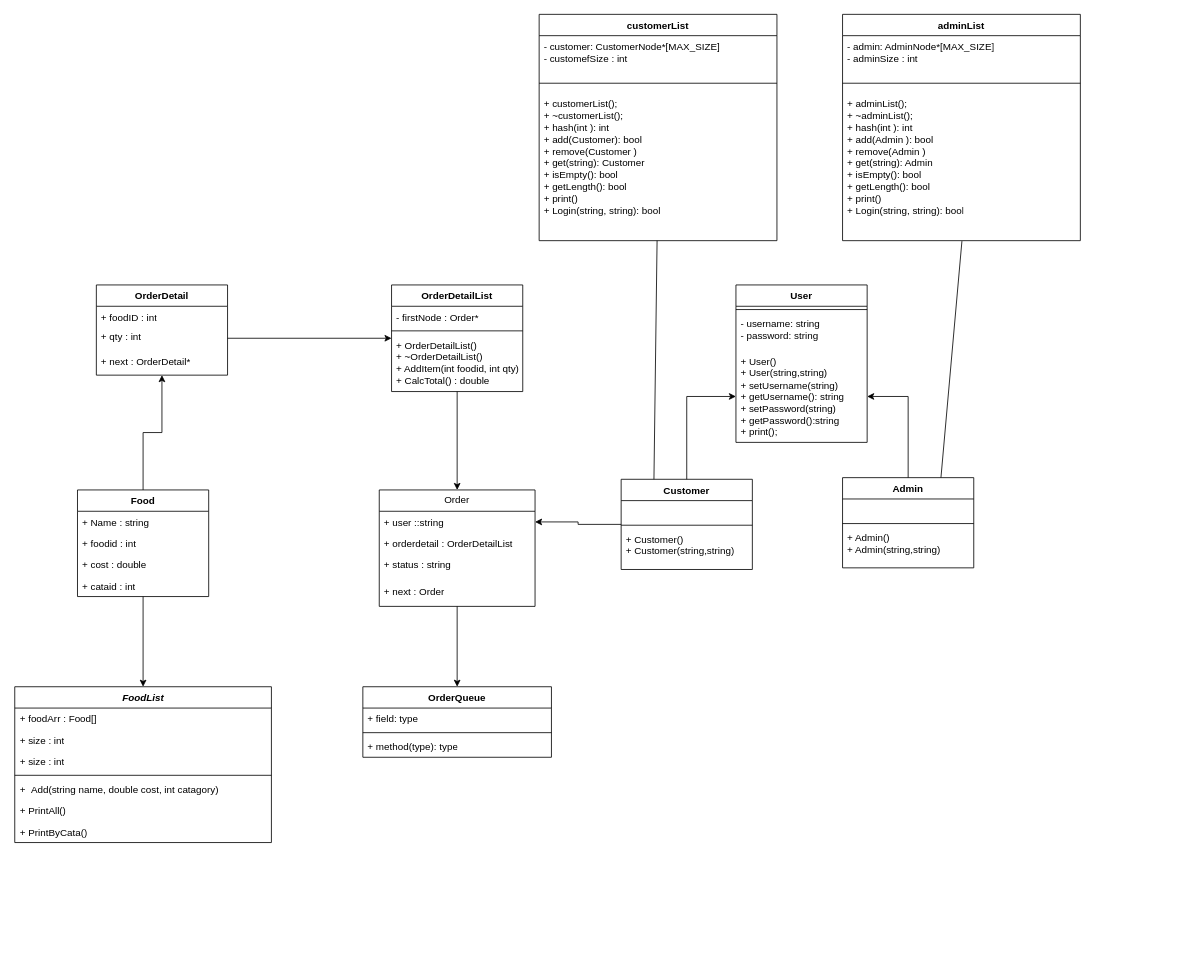
Above: Assginment.drawio in a1dss/DSA_Assignment (draw.io), before the change. Source tidied: cells renumbered, new cells numbered last; positions are measured from the earlier drawing's top-left corner, leaving out a move shared by most shapes. Both pictures are drawn from the tidied source at 82%, with x=0, y=0 at pixel (14, 14).
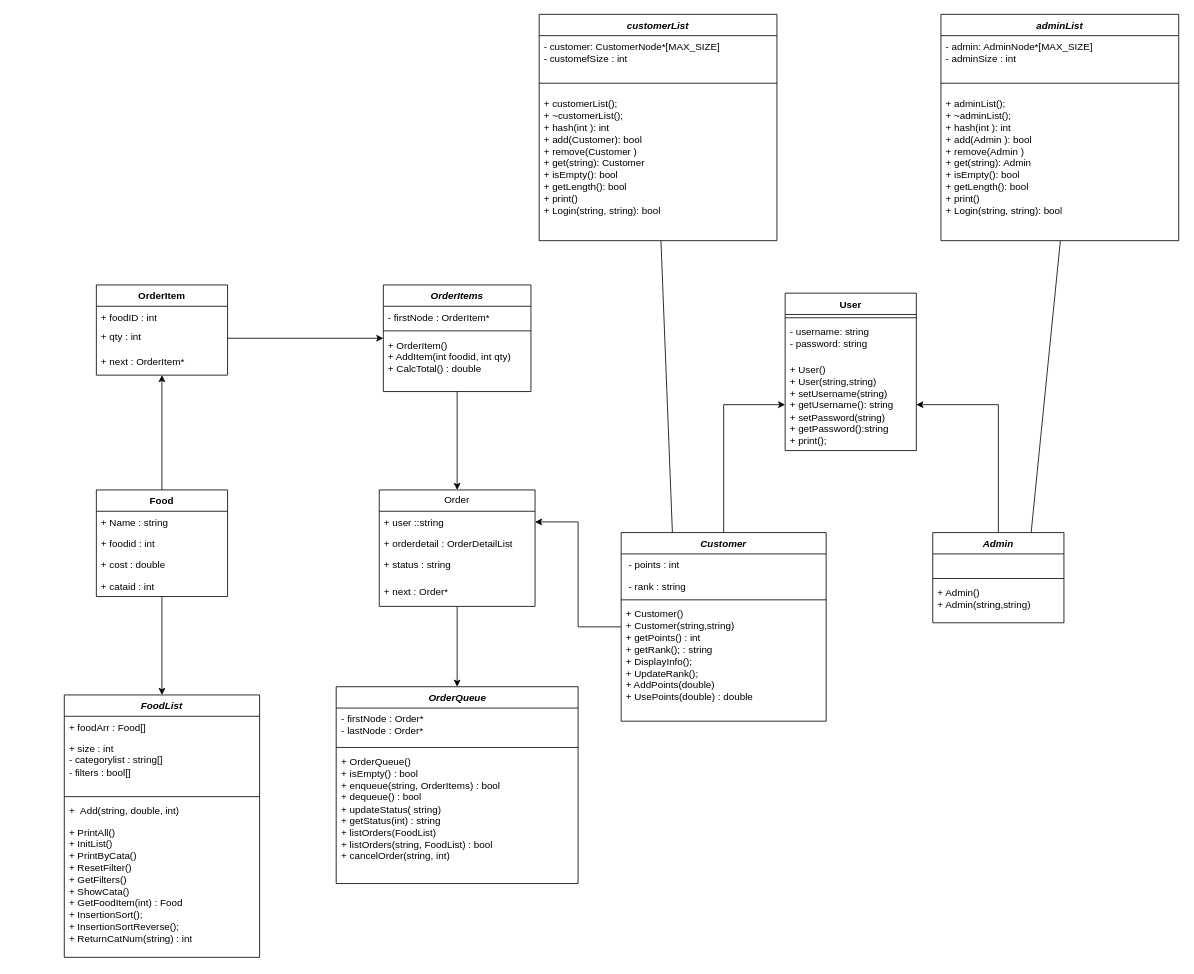
The same diagram, later.

The change refers to these unchanged cells:
```xml
<mxCell id="57" value="Order" style="swimlane;fontStyle=0;horizontal=1;startSize=26;fillColor=none;whiteSpace=wrap;html=1;" parent="1" vertex="1">
  <mxGeometry x="445" y="580" width="190" height="142" as="geometry" />
</mxCell>
```

Change to the diagram source:
```diff
@@
     <mxCell id="2" value="User" style="swimlane;fontStyle=1;align=center;verticalAlign=top;horizontal=1;startSize=26;whiteSpace=wrap;html=1;" parent="1" vertex="1">
-      <mxGeometry x="880" y="330" width="160" height="192" as="geometry" />
+      <mxGeometry x="940" y="340" width="160" height="192" as="geometry" />
     </mxCell>
@@
-    <mxCell id="7" value="Customer" style="swimlane;fontStyle=1;align=center;verticalAlign=top;horizontal=1;startSize=26;whiteSpace=wrap;html=1;" parent="1" vertex="1">
-      <mxGeometry x="740" y="567" width="160" height="110" as="geometry" />
+    <mxCell id="7" value="&lt;i&gt;Customer&lt;/i&gt;" style="swimlane;fontStyle=1;align=center;verticalAlign=top;horizontal=1;startSize=26;whiteSpace=wrap;html=1;" parent="1" vertex="1">
+      <mxGeometry x="740" y="632" width="250" height="230" as="geometry" />
     </mxCell>
-    <mxCell id="8" value="&lt;br&gt;" style="text;strokeColor=none;fillColor=none;align=left;verticalAlign=top;spacingLeft=4;spacingRight=4;overflow=hidden;whiteSpace=wrap;html=1;" parent="7" vertex="1">
-      <mxGeometry y="26" width="160" height="26" as="geometry" />
+    <mxCell id="8" value="&amp;nbsp;- points : int&lt;br&gt;" style="text;strokeColor=none;fillColor=none;align=left;verticalAlign=top;spacingLeft=4;spacingRight=4;overflow=hidden;whiteSpace=wrap;html=1;" parent="7" vertex="1">
+      <mxGeometry y="26" width="250" height="26" as="geometry" />
     </mxCell>
+    <mxCell id="62" value="&amp;nbsp;- rank : string" style="text;strokeColor=none;fillColor=none;align=left;verticalAlign=top;spacingLeft=4;spacingRight=4;overflow=hidden;whiteSpace=wrap;html=1;" parent="7" vertex="1">
+      <mxGeometry y="52" width="250" height="26" as="geometry" />
+    </mxCell>
     <mxCell id="9" style="line;strokeWidth=1;fillColor=none;align=left;verticalAlign=middle;spacingTop=-1;spacingLeft=3;spacingRight=3;labelPosition=right;strokeColor=inherit;" parent="7" vertex="1">
-      <mxGeometry y="52" width="160" height="8" as="geometry" />
+      <mxGeometry y="78" width="250" height="8" as="geometry" />
     </mxCell>
-    <mxCell id="10" value="+ Customer()&lt;br style=&quot;border-color: var(--border-color);&quot;&gt;+ Customer(string,string)" style="text;strokeColor=none;fillColor=none;align=left;verticalAlign=top;spacingLeft=4;spacingRight=4;overflow=hidden;whiteSpace=wrap;html=1;" parent="7" vertex="1">
-      <mxGeometry y="60" width="160" height="50" as="geometry" />
+    <mxCell id="10" value="+ Customer()&lt;br style=&quot;border-color: var(--border-color);&quot;&gt;+ Customer(string,string)&lt;br&gt;&lt;div&gt;+ getPoints() : int&lt;br&gt;&lt;span style=&quot;background-color: initial;&quot;&gt;&lt;span style=&quot;white-space: pre;&quot;&gt;+&amp;nbsp;&lt;/span&gt;&lt;/span&gt;&lt;span style=&quot;background-color: initial;&quot;&gt;getRank(); : string&lt;/span&gt;&lt;/div&gt;&lt;div&gt;&lt;span style=&quot;&quot;&gt;&lt;span style=&quot;&quot;&gt;&lt;span style=&quot;white-space: pre;&quot;&gt;+ &lt;/span&gt;&lt;/span&gt;DisplayInfo();&lt;/span&gt;&lt;/div&gt;&lt;div&gt;&lt;span style=&quot;&quot;&gt;&lt;span style=&quot;&quot;&gt;&lt;span style=&quot;white-space: pre;&quot;&gt;+ &lt;/span&gt;&lt;/span&gt;UpdateRank();&lt;/span&gt;&lt;/div&gt;&lt;div&gt;&lt;span style=&quot;&quot;&gt;&lt;span style=&quot;&quot;&gt;&lt;span style=&quot;white-space: pre;&quot;&gt;+ &lt;/span&gt;&lt;/span&gt;AddPoints(double)&lt;/span&gt;&lt;/div&gt;&lt;div&gt;&lt;span style=&quot;&quot;&gt;+ UsePoints(double) : double&lt;/span&gt;&lt;/div&gt;" style="text;strokeColor=none;fillColor=none;align=left;verticalAlign=top;spacingLeft=4;spacingRight=4;overflow=hidden;whiteSpace=wrap;html=1;" parent="7" vertex="1">
+      <mxGeometry y="86" width="250" height="144" as="geometry" />
     </mxCell>
-    <mxCell id="11" value="Admin" style="swimlane;fontStyle=1;align=center;verticalAlign=top;horizontal=1;startSize=26;whiteSpace=wrap;html=1;" parent="1" vertex="1">
-      <mxGeometry x="1010" y="565" width="160" height="110" as="geometry" />
+    <mxCell id="11" value="&lt;i&gt;Admin&lt;/i&gt;" style="swimlane;fontStyle=1;align=center;verticalAlign=top;horizontal=1;startSize=26;whiteSpace=wrap;html=1;" parent="1" vertex="1">
+      <mxGeometry x="1120" y="632" width="160" height="110" as="geometry" />
     </mxCell>
@@
-    <mxCell id="15" value="adminList" style="swimlane;fontStyle=1;align=center;verticalAlign=top;horizontal=1;startSize=26;whiteSpace=wrap;html=1;" parent="1" vertex="1">
-      <mxGeometry x="1010" width="290" height="276" as="geometry" />
+    <mxCell id="15" value="&lt;i&gt;adminList&lt;/i&gt;" style="swimlane;fontStyle=1;align=center;verticalAlign=top;horizontal=1;startSize=26;whiteSpace=wrap;html=1;" parent="1" vertex="1">
+      <mxGeometry x="1130" width="290" height="276" as="geometry" />
     </mxCell>
@@
-    <mxCell id="19" value="customerList" style="swimlane;fontStyle=1;align=center;verticalAlign=top;horizontal=1;startSize=26;whiteSpace=wrap;html=1;" parent="1" vertex="1">
+    <mxCell id="19" value="&lt;i&gt;customerList&lt;/i&gt;" style="swimlane;fontStyle=1;align=center;verticalAlign=top;horizontal=1;startSize=26;whiteSpace=wrap;html=1;" parent="1" vertex="1">
       <mxGeometry x="640" width="290" height="276" as="geometry" />
     </mxCell>
@@
-    <mxCell id="26" value="OrderDetailList" style="swimlane;fontStyle=1;align=center;verticalAlign=top;horizontal=1;startSize=26;whiteSpace=wrap;html=1;" parent="1" vertex="1">
-      <mxGeometry x="460" y="330" width="160" height="130" as="geometry" />
+    <mxCell id="26" value="&lt;i&gt;OrderItems&lt;/i&gt;" style="swimlane;fontStyle=1;align=center;verticalAlign=top;horizontal=1;startSize=26;whiteSpace=wrap;html=1;" parent="1" vertex="1">
+      <mxGeometry x="450" y="330" width="180" height="130" as="geometry" />
     </mxCell>
-    <mxCell id="27" value="- firstNode : Order*" style="text;strokeColor=none;fillColor=none;align=left;verticalAlign=top;spacingLeft=4;spacingRight=4;overflow=hidden;whiteSpace=wrap;html=1;" parent="26" vertex="1">
-      <mxGeometry y="26" width="160" height="26" as="geometry" />
+    <mxCell id="27" value="- firstNode : OrderItem*" style="text;strokeColor=none;fillColor=none;align=left;verticalAlign=top;spacingLeft=4;spacingRight=4;overflow=hidden;whiteSpace=wrap;html=1;" parent="26" vertex="1">
+      <mxGeometry y="26" width="180" height="26" as="geometry" />
     </mxCell>
     <mxCell id="28" style="line;strokeWidth=1;fillColor=none;align=left;verticalAlign=middle;spacingTop=-1;spacingLeft=3;spacingRight=3;labelPosition=right;strokeColor=inherit;" parent="26" vertex="1">
-      <mxGeometry y="52" width="160" height="8" as="geometry" />
+      <mxGeometry y="52" width="180" height="8" as="geometry" />
     </mxCell>
-    <mxCell id="29" value="+ OrderDetailList()&lt;br style=&quot;border-color: var(--border-color);&quot;&gt;+ ~OrderDetailList()&lt;br&gt;+ AddItem(int foodid, int qty)&lt;br&gt;+ CalcTotal() : double" style="text;strokeColor=none;fillColor=none;align=left;verticalAlign=top;spacingLeft=4;spacingRight=4;overflow=hidden;whiteSpace=wrap;html=1;" parent="26" vertex="1">
-      <mxGeometry y="60" width="160" height="70" as="geometry" />
+    <mxCell id="29" value="+ OrderItem()&lt;br&gt;+ AddItem(int foodid, int qty)&lt;br&gt;+ CalcTotal() : double" style="text;strokeColor=none;fillColor=none;align=left;verticalAlign=top;spacingLeft=4;spacingRight=4;overflow=hidden;whiteSpace=wrap;html=1;" parent="26" vertex="1">
+      <mxGeometry y="60" width="180" height="70" as="geometry" />
     </mxCell>
     <mxCell id="30" value="&lt;i&gt;FoodList&lt;/i&gt;" style="swimlane;fontStyle=1;align=center;verticalAlign=top;horizontal=1;startSize=26;whiteSpace=wrap;html=1;" parent="1" vertex="1">
-      <mxGeometry x="0.5" y="820" width="313" height="190" as="geometry" />
+      <mxGeometry x="60.9" y="830" width="238.2" height="320" as="geometry" />
     </mxCell>
     <mxCell id="31" value="+ foodArr : Food[]&lt;br&gt;" style="text;strokeColor=none;fillColor=none;align=left;verticalAlign=top;spacingLeft=4;spacingRight=4;overflow=hidden;whiteSpace=wrap;html=1;" parent="30" vertex="1">
-      <mxGeometry y="26" width="313" height="26" as="geometry" />
+      <mxGeometry y="26" width="238.2" height="26" as="geometry" />
     </mxCell>
-    <mxCell id="32" value="+ size : int" style="text;strokeColor=none;fillColor=none;align=left;verticalAlign=top;spacingLeft=4;spacingRight=4;overflow=hidden;whiteSpace=wrap;html=1;" parent="30" vertex="1">
-      <mxGeometry y="52" width="313" height="26" as="geometry" />
+    <mxCell id="32" value="+ size : int&lt;br&gt;- categorylist : string[]&lt;br&gt;- filters : bool[]" style="text;strokeColor=none;fillColor=none;align=left;verticalAlign=top;spacingLeft=4;spacingRight=4;overflow=hidden;whiteSpace=wrap;html=1;" parent="30" vertex="1">
+      <mxGeometry y="52" width="238.2" height="68" as="geometry" />
     </mxCell>
-    <mxCell id="33" value="+ size : int" style="text;strokeColor=none;fillColor=none;align=left;verticalAlign=top;spacingLeft=4;spacingRight=4;overflow=hidden;whiteSpace=wrap;html=1;" parent="30" vertex="1">
-      <mxGeometry y="78" width="313" height="26" as="geometry" />
-    </mxCell>
     <mxCell id="34" style="line;strokeWidth=1;fillColor=none;align=left;verticalAlign=middle;spacingTop=-1;spacingLeft=3;spacingRight=3;labelPosition=right;strokeColor=inherit;" parent="30" vertex="1">
-      <mxGeometry y="104" width="313" height="8" as="geometry" />
+      <mxGeometry y="120" width="238.2" height="8" as="geometry" />
     </mxCell>
-    <mxCell id="35" value="+&amp;nbsp;&amp;nbsp;Add(string name, double cost, int catagory)" style="text;strokeColor=none;fillColor=none;align=left;verticalAlign=top;spacingLeft=4;spacingRight=4;overflow=hidden;whiteSpace=wrap;html=1;" parent="30" vertex="1">
-      <mxGeometry y="112" width="313" height="26" as="geometry" />
+    <mxCell id="35" value="+&amp;nbsp;&amp;nbsp;Add(string, double, int)" style="text;strokeColor=none;fillColor=none;align=left;verticalAlign=top;spacingLeft=4;spacingRight=4;overflow=hidden;whiteSpace=wrap;html=1;" parent="30" vertex="1">
+      <mxGeometry y="128" width="238.2" height="26" as="geometry" />
     </mxCell>
-    <mxCell id="36" value="+ PrintAll()" style="text;strokeColor=none;fillColor=none;align=left;verticalAlign=top;spacingLeft=4;spacingRight=4;overflow=hidden;whiteSpace=wrap;html=1;" parent="30" vertex="1">
-      <mxGeometry y="138" width="313" height="26" as="geometry" />
-    </mxCell>
-    <mxCell id="37" value="+ PrintByCata()" style="text;strokeColor=none;fillColor=none;align=left;verticalAlign=top;spacingLeft=4;spacingRight=4;overflow=hidden;whiteSpace=wrap;html=1;" parent="30" vertex="1">
-      <mxGeometry y="164" width="313" height="26" as="geometry" />
+    <mxCell id="37" value="+ PrintAll()&lt;br style=&quot;border-color: var(--border-color);&quot;&gt;+ InitList()&lt;br&gt;+ PrintByCata()&lt;br&gt;+ ResetFilter()&lt;br&gt;+&amp;nbsp;GetFilters()&lt;br&gt;+&amp;nbsp;ShowCata()&lt;br&gt;+&lt;span style=&quot;&quot;&gt;&amp;nbsp;&lt;/span&gt;&lt;span style=&quot;background-color: initial;&quot;&gt;GetFoodItem(int) : Food&lt;/span&gt;&lt;span style=&quot;background-color: initial;&quot;&gt;&lt;span style=&quot;&quot;&gt;&lt;br&gt;&lt;/span&gt;&lt;/span&gt;&lt;div&gt;&lt;span style=&quot;&quot;&gt;&lt;span style=&quot;&quot;&gt;&lt;span style=&quot;&quot;&gt;+&lt;/span&gt;&lt;/span&gt;&amp;nbsp;InsertionSort();&lt;/span&gt;&lt;/div&gt;&lt;div&gt;&lt;span style=&quot;&quot;&gt;&lt;span style=&quot;&quot;&gt;&lt;span style=&quot;&quot;&gt;+ &lt;/span&gt;&lt;/span&gt;InsertionSortReverse();&lt;/span&gt;&lt;/div&gt;&lt;div&gt;&lt;span style=&quot;&quot;&gt;+ ReturnCatNum(string) : int&lt;br&gt;&lt;/span&gt;&lt;/div&gt;&lt;span style=&quot;&quot;&gt;&lt;/span&gt;" style="text;strokeColor=none;fillColor=none;align=left;verticalAlign=top;spacingLeft=4;spacingRight=4;overflow=hidden;whiteSpace=wrap;html=1;" parent="30" vertex="1">
+      <mxGeometry y="154" width="238.2" height="166" as="geometry" />
     </mxCell>
@@
     <mxCell id="40" value="Food" style="swimlane;fontStyle=1;align=center;verticalAlign=top;horizontal=1;startSize=26;whiteSpace=wrap;html=1;" parent="1" vertex="1">
-      <mxGeometry x="77" y="580" width="160" height="130" as="geometry" />
+      <mxGeometry x="100" y="580" width="160" height="130" as="geometry" />
     </mxCell>
@@
-    <mxCell id="45" value="OrderDetail" style="swimlane;fontStyle=1;align=center;verticalAlign=top;horizontal=1;startSize=26;whiteSpace=wrap;html=1;" parent="1" vertex="1">
+    <mxCell id="45" value="OrderItem" style="swimlane;fontStyle=1;align=center;verticalAlign=top;horizontal=1;startSize=26;whiteSpace=wrap;html=1;" parent="1" vertex="1">
       <mxGeometry x="100" y="330" width="160" height="110" as="geometry" />
     </mxCell>
@@
-    <mxCell id="48" value="+ next : OrderDetail*" style="text;strokeColor=none;fillColor=none;align=left;verticalAlign=top;spacingLeft=4;spacingRight=4;overflow=hidden;whiteSpace=wrap;html=1;" parent="45" vertex="1">
+    <mxCell id="48" value="+ next : OrderItem*" style="text;strokeColor=none;fillColor=none;align=left;verticalAlign=top;spacingLeft=4;spacingRight=4;overflow=hidden;whiteSpace=wrap;html=1;" parent="45" vertex="1">
       <mxGeometry y="80" width="160" height="30" as="geometry" />
     </mxCell>
@@
-    <mxCell id="51" value="OrderQueue" style="swimlane;fontStyle=1;align=center;verticalAlign=top;horizontal=1;startSize=26;whiteSpace=wrap;html=1;" parent="1" vertex="1">
-      <mxGeometry x="425" y="820" width="230" height="86" as="geometry" />
+    <mxCell id="51" value="&lt;i&gt;OrderQueue&lt;/i&gt;" style="swimlane;fontStyle=1;align=center;verticalAlign=top;horizontal=1;startSize=26;whiteSpace=wrap;html=1;" parent="1" vertex="1">
+      <mxGeometry x="392.5" y="820" width="295" height="240" as="geometry" />
     </mxCell>
-    <mxCell id="52" value="+ field: type" style="text;strokeColor=none;fillColor=none;align=left;verticalAlign=top;spacingLeft=4;spacingRight=4;overflow=hidden;whiteSpace=wrap;html=1;" parent="51" vertex="1">
-      <mxGeometry y="26" width="230" height="26" as="geometry" />
+    <mxCell id="52" value="&lt;div&gt;- firstNode : Order*&lt;span style=&quot;&quot;&gt;&lt;/span&gt;&lt;/div&gt;&lt;div&gt;&lt;span style=&quot;&quot;&gt;&lt;span style=&quot;&quot;&gt;&lt;span style=&quot;white-space: pre;&quot;&gt;-&amp;nbsp;&lt;/span&gt;&lt;/span&gt;lastNode : Order*&lt;/span&gt;&lt;/div&gt;&lt;div&gt;&lt;br&gt;&lt;/div&gt;" style="text;strokeColor=none;fillColor=none;align=left;verticalAlign=top;spacingLeft=4;spacingRight=4;overflow=hidden;whiteSpace=wrap;html=1;" parent="51" vertex="1">
+      <mxGeometry y="26" width="295" height="44" as="geometry" />
     </mxCell>
     <mxCell id="53" style="line;strokeWidth=1;fillColor=none;align=left;verticalAlign=middle;spacingTop=-1;spacingLeft=3;spacingRight=3;labelPosition=right;strokeColor=inherit;" parent="51" vertex="1">
-      <mxGeometry y="52" width="230" height="8" as="geometry" />
+      <mxGeometry y="70" width="295" height="8" as="geometry" />
     </mxCell>
-    <mxCell id="54" value="+ method(type): type" style="text;strokeColor=none;fillColor=none;align=left;verticalAlign=top;spacingLeft=4;spacingRight=4;overflow=hidden;whiteSpace=wrap;html=1;" parent="51" vertex="1">
-      <mxGeometry y="60" width="230" height="26" as="geometry" />
+    <mxCell id="54" value="+&amp;nbsp;OrderQueue()&lt;br&gt;+&amp;nbsp;isEmpty() : bool&lt;br&gt;+&amp;nbsp;enqueue(string, OrderItems) : bool&lt;br&gt;+&amp;nbsp;dequeue() : bool&lt;br&gt;+&amp;nbsp;updateStatus( string)&lt;br&gt;+&amp;nbsp;getStatus(int) : string&lt;br&gt;+&amp;nbsp;listOrders(FoodList)&lt;br&gt;+ listOrders(string, FoodList) : bool&lt;br&gt;+&amp;nbsp;cancelOrder(string, int)" style="text;strokeColor=none;fillColor=none;align=left;verticalAlign=top;spacingLeft=4;spacingRight=4;overflow=hidden;whiteSpace=wrap;html=1;" parent="51" vertex="1">
+      <mxGeometry y="78" width="295" height="162" as="geometry" />
     </mxCell>
@@
-    <mxCell id="61" value="+ next : Order" style="text;strokeColor=none;fillColor=none;align=left;verticalAlign=top;spacingLeft=4;spacingRight=4;overflow=hidden;whiteSpace=wrap;html=1;" parent="57" vertex="1">
+    <mxCell id="61" value="+ next : Order*" style="text;strokeColor=none;fillColor=none;align=left;verticalAlign=top;spacingLeft=4;spacingRight=4;overflow=hidden;whiteSpace=wrap;html=1;" parent="57" vertex="1">
       <mxGeometry y="110" width="190" height="32" as="geometry" />
     </mxCell>
```
